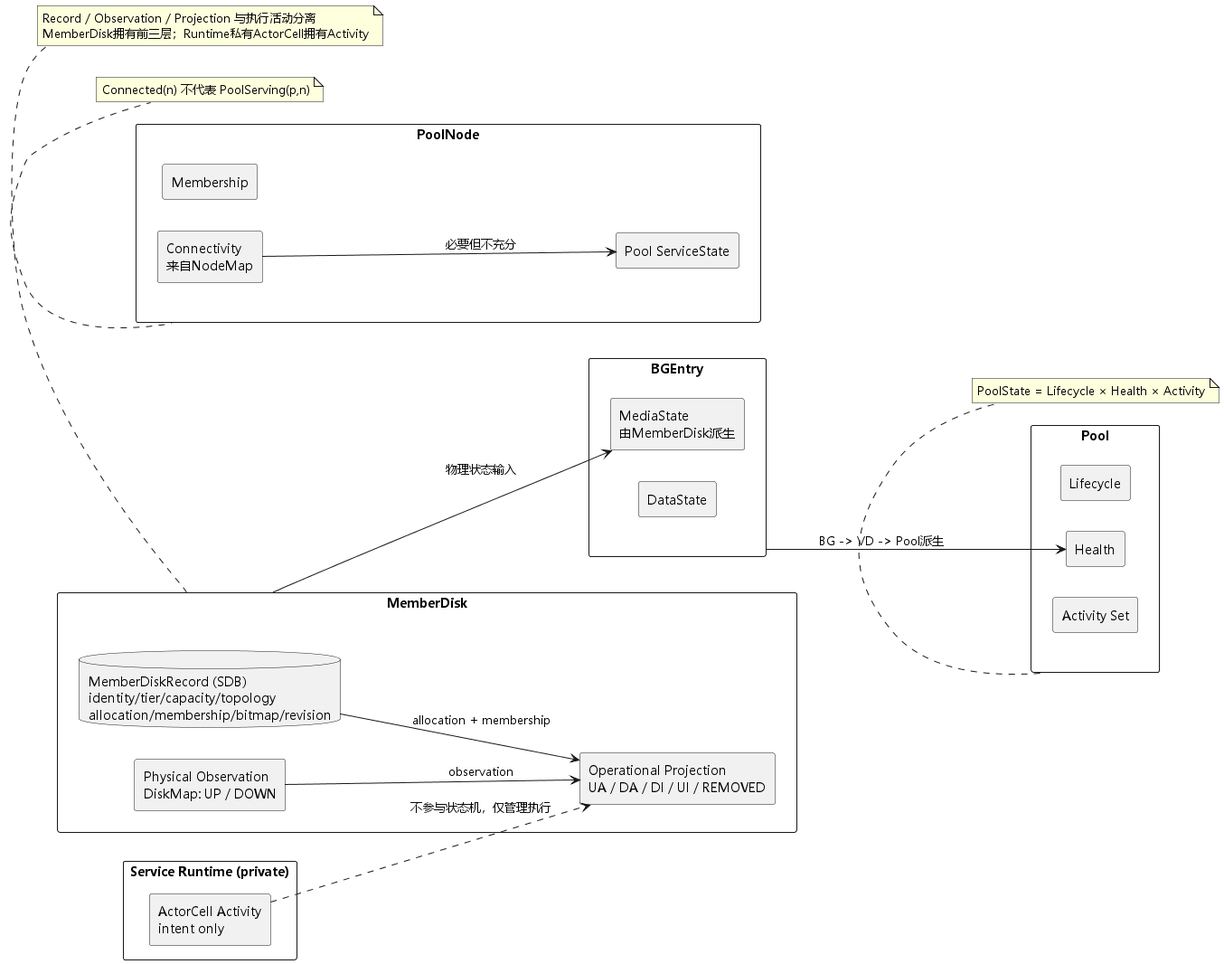
Above: pool-control-plane-baseline/assets/state-dimensions.png in limushu/runtime (PlantUML), before the change.
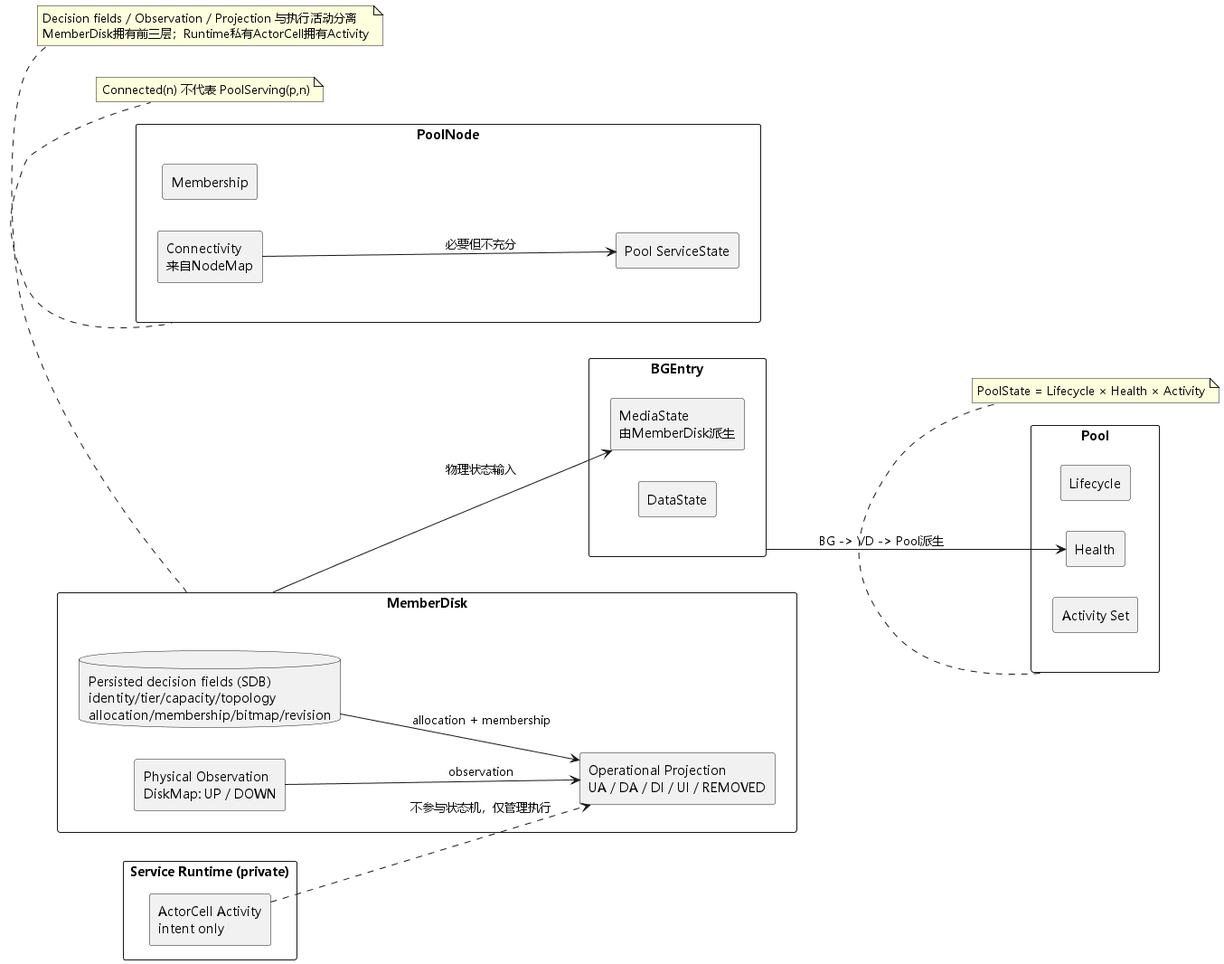
The same file after the commit.

Diff of the diagram source:
```diff
@@ -12,7 +12,7 @@
 }
 
 rectangle "MemberDisk" as MD {
-  database "MemberDiskRecord (SDB)\nidentity/tier/capacity/topology\nallocation/membership/bitmap/revision" as Record
+  database "Persisted decision fields (SDB)\nidentity/tier/capacity/topology\nallocation/membership/bitmap/revision" as Decision
   component "Physical Observation\nDiskMap: UP / DOWN" as PhysicalState
   component "Operational Projection\nUA / DA / DI / UI / REMOVED" as DiskState
 }
@@ -34,7 +34,7 @@
 
 Entry --> Health : BG -> VD -> Pool派生
 MD --> MediaState : 物理状态输入
-Record --> DiskState : allocation + membership
+Decision --> DiskState : allocation + membership
 PhysicalState --> DiskState : observation
 ActorActivity ..> DiskState : 不参与状态机，仅管理执行
 Connectivity --> ServiceState : 必要但不充分
@@ -48,7 +48,7 @@
 end note
 
 note bottom of MD
-Record / Observation / Projection 与执行活动分离
+Decision fields / Observation / Projection 与执行活动分离
 MemberDisk拥有前三层；Runtime私有ActorCell拥有Activity
 end note
 @enduml
```
